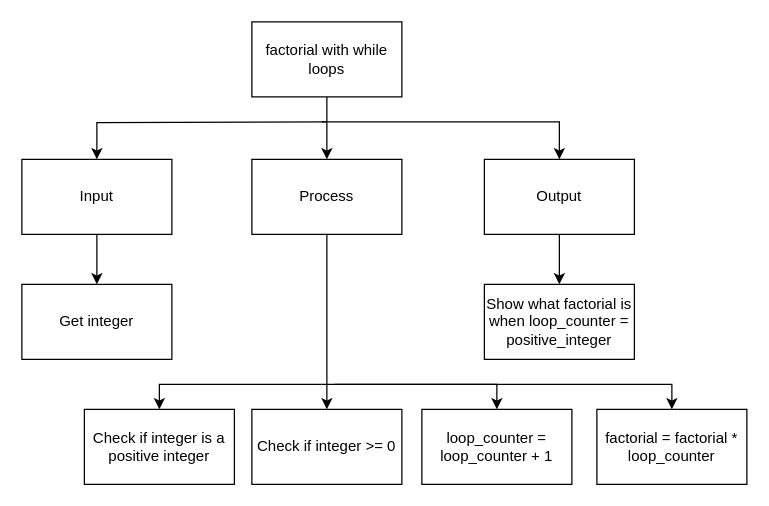
Before: design/top_down.drawio in Emmanuel-Fofeyin/ICS3U-Unit4-03-Python, a draw.io diagram. Source tidied: cells renumbered, new cells numbered last; positions are measured from the earlier drawing's top-left corner, leaving out a move shared by most shapes. Both pictures are drawn from the tidied source at 125%, with x=0, y=0 at pixel (21, 21).
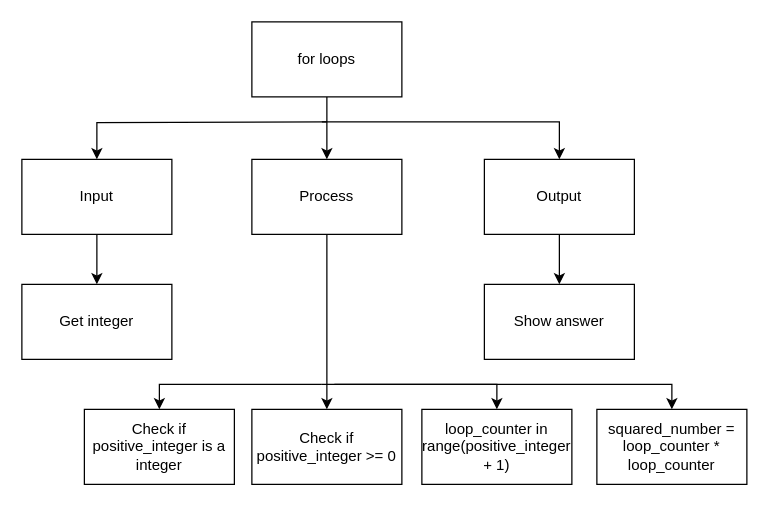
The same page after the edit.

Commit message (it also covers changes not shown here):
flow chart complete

Unchanged cells that the change refers to:
```xml
<mxCell id="7" value="Output" style="rounded=0;whiteSpace=wrap;html=1;" parent="1" vertex="1">
  <mxGeometry x="370" y="110" width="120" height="60" as="geometry" />
</mxCell>
```

What changed in the source:
```diff
@@
-    <mxCell id="3" value="factorial with while loops" style="rounded=0;whiteSpace=wrap;html=1;" parent="1" vertex="1">
+    <mxCell id="3" value="for loops" style="rounded=0;whiteSpace=wrap;html=1;" parent="1" vertex="1">
       <mxGeometry x="184" width="120" height="60" as="geometry" />
     </mxCell>
@@
-    <mxCell id="6" style="edgeStyle=orthogonalEdgeStyle;rounded=0;html=1;" parent="1" edge="1" source="7" target="14">
+    <mxCell id="6" style="edgeStyle=orthogonalEdgeStyle;rounded=0;html=1;entryX=0.5;entryY=0;entryDx=0;entryDy=0;" parent="1" edge="1" source="7" target="21">
       <mxGeometry relative="1" as="geometry" />
     </mxCell>
@@
-    <mxCell id="13" value="Check if integer &amp;gt;= 0" style="rounded=0;whiteSpace=wrap;html=1;" parent="1" vertex="1">
+    <mxCell id="13" value="Check if positive_integer &amp;gt;= 0" style="rounded=0;whiteSpace=wrap;html=1;" parent="1" vertex="1">
       <mxGeometry x="184" y="310" width="120" height="60" as="geometry" />
     </mxCell>
-    <mxCell id="14" value="Show what factorial is when loop_counter = positive_integer" style="rounded=0;whiteSpace=wrap;html=1;" parent="1" vertex="1">
-      <mxGeometry x="370" y="210" width="120" height="60" as="geometry" />
-    </mxCell>
@@
-    <mxCell id="17" value="loop_counter = loop_counter + 1" style="rounded=0;whiteSpace=wrap;html=1;" parent="1" vertex="1">
+    <mxCell id="17" value="loop_counter in range(positive_integer + 1)" style="rounded=0;whiteSpace=wrap;html=1;" parent="1" vertex="1">
       <mxGeometry x="320" y="310" width="120" height="60" as="geometry" />
     </mxCell>
@@
-    <mxCell id="19" value="factorial = factorial * loop_counter" style="rounded=0;whiteSpace=wrap;html=1;" parent="1" vertex="1">
+    <mxCell id="19" value="squared_number = loop_counter * loop_counter" style="rounded=0;whiteSpace=wrap;html=1;" parent="1" vertex="1">
       <mxGeometry x="460" y="310" width="120" height="60" as="geometry" />
     </mxCell>
-    <mxCell id="20" value="Check if integer is a positive integer" style="rounded=0;whiteSpace=wrap;html=1;" parent="1" vertex="1">
+    <mxCell id="20" value="Check if positive_integer is a integer" style="rounded=0;whiteSpace=wrap;html=1;" parent="1" vertex="1">
       <mxGeometry x="50" y="310" width="120" height="60" as="geometry" />
     </mxCell>
+    <mxCell id="21" value="Show answer" style="rounded=0;whiteSpace=wrap;html=1;" parent="1" vertex="1">
+      <mxGeometry x="370" y="210" width="120" height="60" as="geometry" />
+    </mxCell>
```
